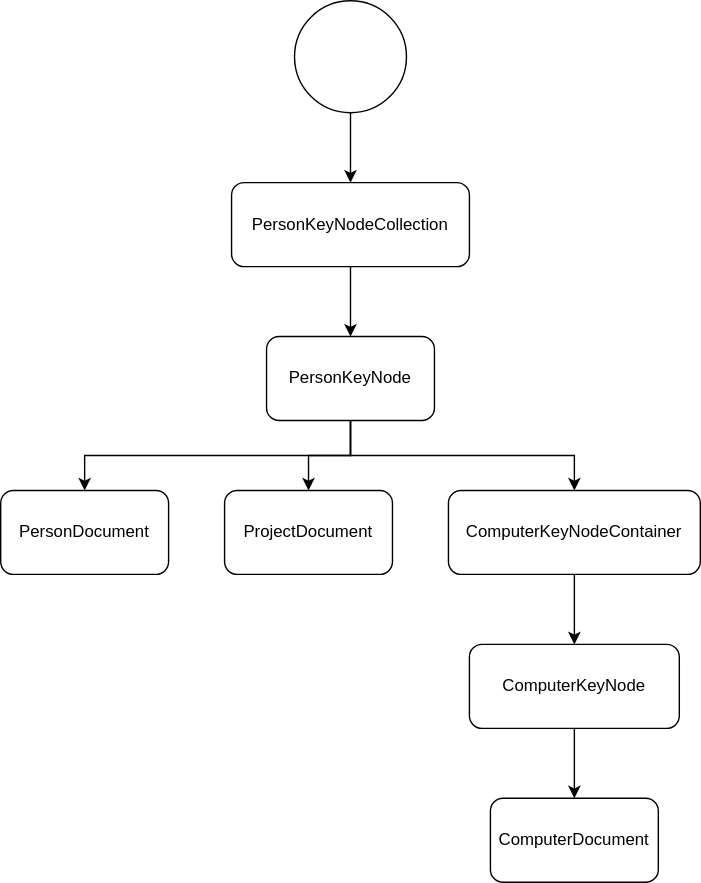
Before: docs/img/derivation-tree.svg, a diagram exported from draw.io (datalbry/sample-api-connector). Source tidied: cells renumbered, new cells last; positions are measured from the earlier drawing's top-left corner, leaving out a move shared by most shapes.
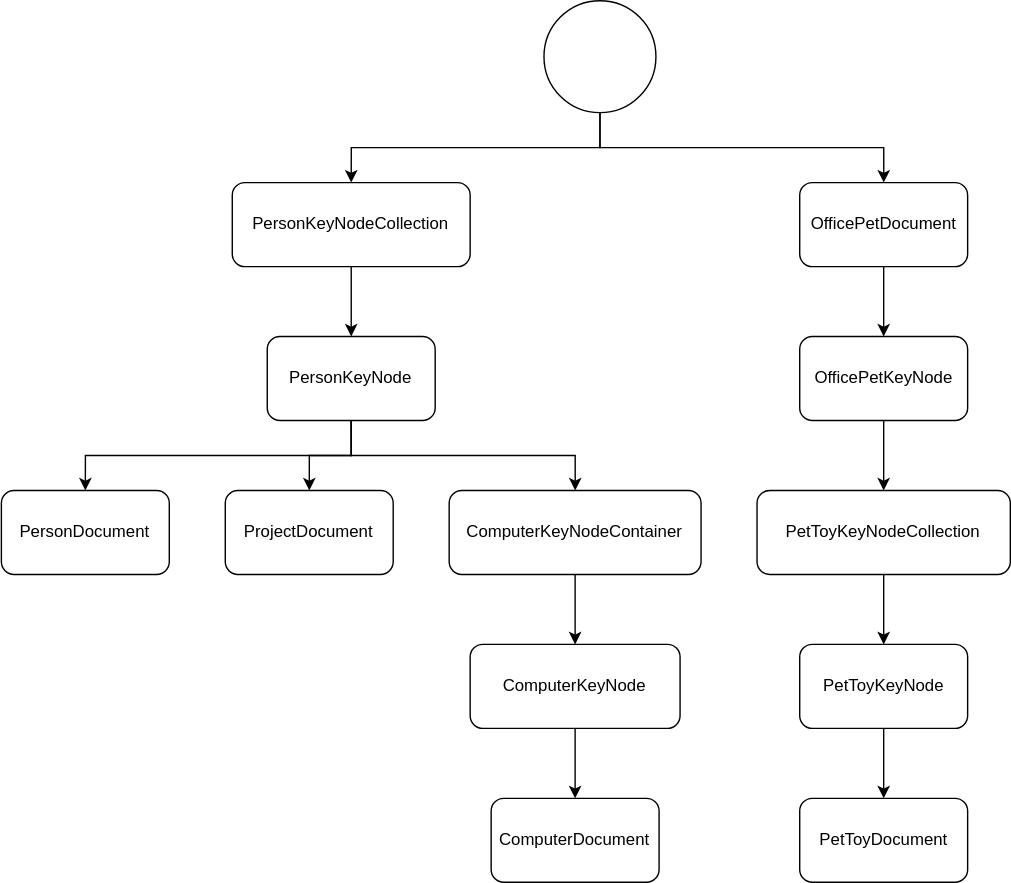
After the change.

Commit message:
Updating derivation tree

Change to the diagram source:
```diff
@@ -5,14 +5,17 @@
     <mxCell id="2" style="edgeStyle=orthogonalEdgeStyle;rounded=0;jettySize=auto;html=1;exitX=0.5;exitY=1;exitDx=0;exitDy=0;entryX=0.5;entryY=0;entryDx=0;entryDy=0;" parent="1" edge="1" source="3" target="5">
       <mxGeometry relative="1" as="geometry" />
     </mxCell>
+    <mxCell id="17" style="edgeStyle=orthogonalEdgeStyle;rounded=0;jettySize=auto;html=1;exitX=0.5;exitY=1;exitDx=0;exitDy=0;" parent="1" edge="1" source="3" target="19">
+      <mxGeometry relative="1" as="geometry" />
+    </mxCell>
     <mxCell id="3" style="ellipse;whiteSpace=wrap;html=1;" parent="1" vertex="1">
-      <mxGeometry x="210" width="80" height="80" as="geometry" />
+      <mxGeometry x="387.8" width="80" height="80" as="geometry" />
     </mxCell>
     <mxCell id="4" style="edgeStyle=orthogonalEdgeStyle;rounded=0;jettySize=auto;html=1;exitX=0.5;exitY=1;exitDx=0;exitDy=0;entryX=0.5;entryY=0;entryDx=0;entryDy=0;" parent="1" edge="1" source="5" target="9">
       <mxGeometry relative="1" as="geometry" />
     </mxCell>
     <mxCell id="5" value="PersonKeyNodeCollection" style="rounded=1;whiteSpace=wrap;html=1;" parent="1" vertex="1">
-      <mxGeometry x="165" y="130" width="170" height="60" as="geometry" />
+      <mxGeometry x="165.1" y="130" width="170" height="60" as="geometry" />
     </mxCell>
     <mxCell id="6" style="edgeStyle=orthogonalEdgeStyle;rounded=0;jettySize=auto;html=1;exitX=0.5;exitY=1;exitDx=0;exitDy=0;entryX=0.5;entryY=0;entryDx=0;entryDy=0;" parent="1" edge="1" source="9" target="10">
       <mxGeometry relative="1" as="geometry" />
@@ -24,28 +27,55 @@
       <mxGeometry relative="1" as="geometry" />
     </mxCell>
     <mxCell id="9" value="PersonKeyNode" style="rounded=1;whiteSpace=wrap;html=1;" parent="1" vertex="1">
-      <mxGeometry x="190" y="240" width="120" height="60" as="geometry" />
+      <mxGeometry x="190.1" y="240" width="120" height="60" as="geometry" />
     </mxCell>
     <mxCell id="10" value="PersonDocument" style="rounded=1;whiteSpace=wrap;html=1;" parent="1" vertex="1">
-      <mxGeometry y="350" width="120" height="60" as="geometry" />
+      <mxGeometry x="0.1" y="350" width="120" height="60" as="geometry" />
     </mxCell>
     <mxCell id="11" value="ProjectDocument" style="rounded=1;whiteSpace=wrap;html=1;" parent="1" vertex="1">
-      <mxGeometry x="160" y="350" width="120" height="60" as="geometry" />
+      <mxGeometry x="160.1" y="350" width="120" height="60" as="geometry" />
     </mxCell>
     <mxCell id="12" style="edgeStyle=orthogonalEdgeStyle;rounded=0;jettySize=auto;html=1;exitX=0.5;exitY=1;exitDx=0;exitDy=0;entryX=0.5;entryY=0;entryDx=0;entryDy=0;" parent="1" edge="1" source="13" target="15">
       <mxGeometry relative="1" as="geometry" />
     </mxCell>
     <mxCell id="13" value="ComputerKeyNodeContainer" style="rounded=1;whiteSpace=wrap;html=1;" parent="1" vertex="1">
-      <mxGeometry x="320" y="350" width="180" height="60" as="geometry" />
+      <mxGeometry x="320.1" y="350" width="180" height="60" as="geometry" />
     </mxCell>
     <mxCell id="14" style="edgeStyle=orthogonalEdgeStyle;rounded=0;jettySize=auto;html=1;exitX=0.5;exitY=1;exitDx=0;exitDy=0;entryX=0.5;entryY=0;entryDx=0;entryDy=0;" parent="1" edge="1" source="15" target="16">
       <mxGeometry relative="1" as="geometry" />
     </mxCell>
     <mxCell id="15" value="ComputerKeyNode" style="rounded=1;whiteSpace=wrap;html=1;" parent="1" vertex="1">
-      <mxGeometry x="335" y="460" width="150" height="60" as="geometry" />
+      <mxGeometry x="335.1" y="460" width="150" height="60" as="geometry" />
     </mxCell>
     <mxCell id="16" value="ComputerDocument" style="rounded=1;whiteSpace=wrap;html=1;" parent="1" vertex="1">
-      <mxGeometry x="350" y="570" width="120" height="60" as="geometry" />
+      <mxGeometry x="350.1" y="570" width="120" height="60" as="geometry" />
     </mxCell>
+    <mxCell id="18" style="edgeStyle=orthogonalEdgeStyle;rounded=0;jettySize=auto;html=1;exitX=0.5;exitY=1;exitDx=0;exitDy=0;entryX=0.5;entryY=0;entryDx=0;entryDy=0;" parent="1" edge="1" source="19" target="21">
+      <mxGeometry relative="1" as="geometry" />
+    </mxCell>
+    <mxCell id="19" value="OfficePetDocument" style="rounded=1;whiteSpace=wrap;html=1;" parent="1" vertex="1">
+      <mxGeometry x="570.5" y="130" width="120" height="60" as="geometry" />
+    </mxCell>
+    <mxCell id="20" style="edgeStyle=orthogonalEdgeStyle;rounded=0;jettySize=auto;html=1;exitX=0.5;exitY=1;exitDx=0;exitDy=0;entryX=0.5;entryY=0;entryDx=0;entryDy=0;" parent="1" edge="1" source="21" target="23">
+      <mxGeometry relative="1" as="geometry" />
+    </mxCell>
+    <mxCell id="21" value="OfficePetKeyNode" style="rounded=1;whiteSpace=wrap;html=1;" parent="1" vertex="1">
+      <mxGeometry x="570.5" y="240" width="120" height="60" as="geometry" />
+    </mxCell>
+    <mxCell id="22" style="edgeStyle=orthogonalEdgeStyle;rounded=0;jettySize=auto;html=1;exitX=0.5;exitY=1;exitDx=0;exitDy=0;entryX=0.5;entryY=0;entryDx=0;entryDy=0;" parent="1" edge="1" source="23" target="25">
+      <mxGeometry relative="1" as="geometry" />
+    </mxCell>
+    <mxCell id="23" value="PetToyKeyNodeCollection" style="rounded=1;whiteSpace=wrap;html=1;" parent="1" vertex="1">
+      <mxGeometry x="540" y="350" width="181" height="60" as="geometry" />
+    </mxCell>
+    <mxCell id="24" style="edgeStyle=orthogonalEdgeStyle;rounded=0;jettySize=auto;html=1;exitX=0.5;exitY=1;exitDx=0;exitDy=0;entryX=0.5;entryY=0;entryDx=0;entryDy=0;" parent="1" edge="1" source="25" target="26">
+      <mxGeometry relative="1" as="geometry" />
+    </mxCell>
+    <mxCell id="25" value="PetToyKeyNode" style="rounded=1;whiteSpace=wrap;html=1;" parent="1" vertex="1">
+      <mxGeometry x="570.5" y="460" width="120" height="60" as="geometry" />
+    </mxCell>
+    <mxCell id="26" value="PetToyDocument" style="rounded=1;whiteSpace=wrap;html=1;" parent="1" vertex="1">
+      <mxGeometry x="570.5" y="570" width="120" height="60" as="geometry" />
+    </mxCell>
   </root>
 </mxGraphModel>
```
